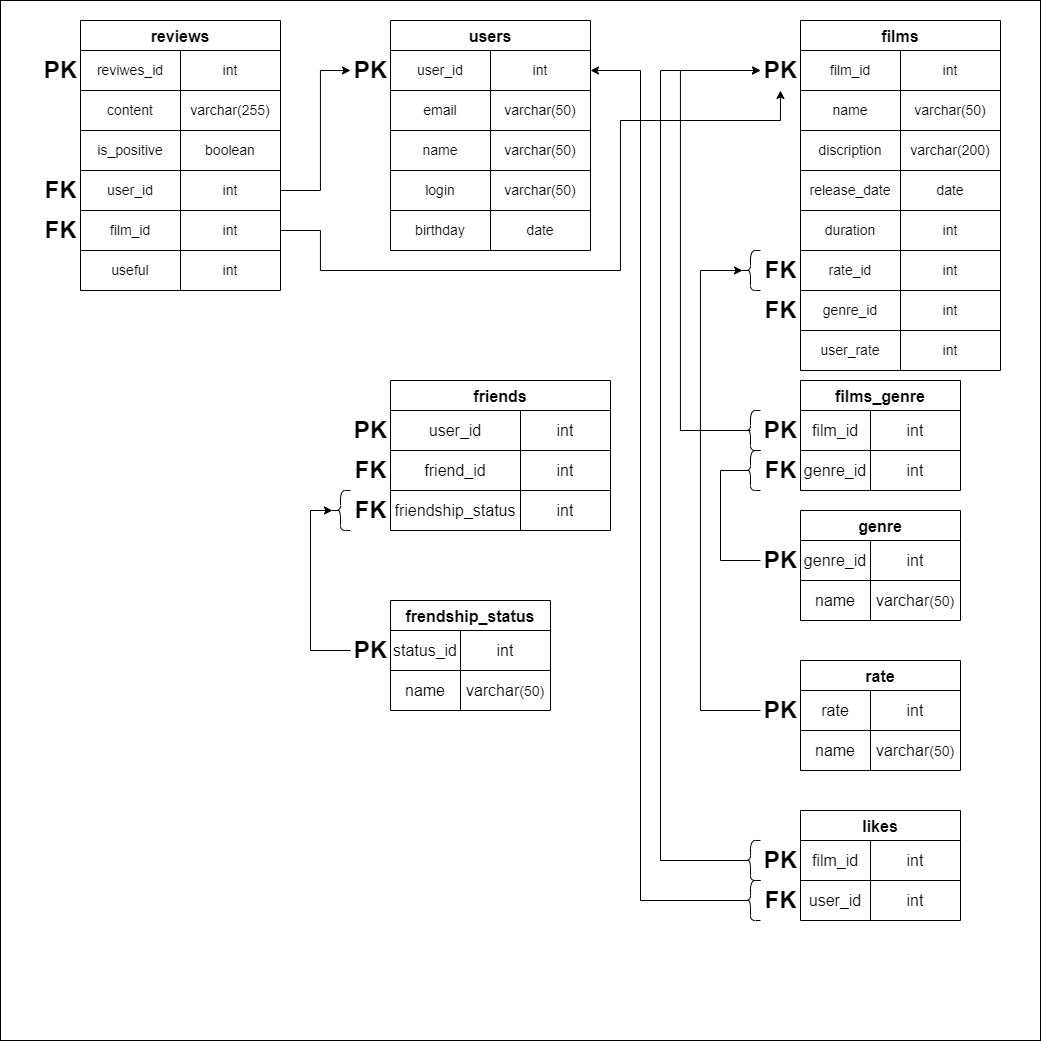
Nexler0/java-filmorate keeps this draw.io diagram as src/BD_scheme.png. Above is the earlier version. Source tidied: cells renumbered, new cells last; positions are measured from the earlier drawing's top-left corner, leaving out a move shared by most shapes.
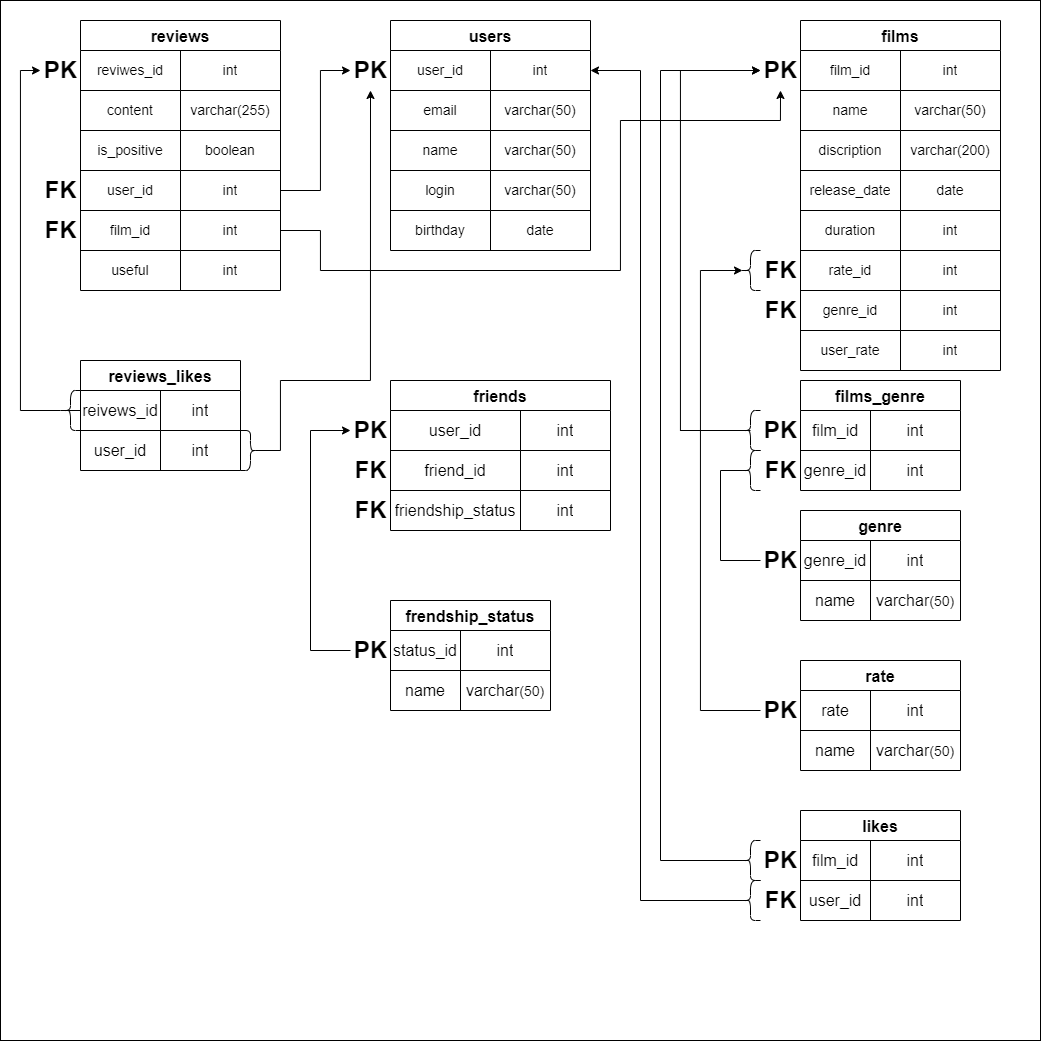
Later version of the same file.

The edit, as a diff of the source:
```diff
@@ -218,7 +218,7 @@
     <mxCell id="73" value="varchar&lt;span style=&quot;font-size: 14px;&quot;&gt;(50)&lt;/span&gt;" style="shape=partialRectangle;html=1;whiteSpace=wrap;fillColor=none;top=0;left=0;bottom=0;right=0;overflow=hidden;fontSize=16;" parent="71" vertex="1">
       <mxGeometry x="70" width="90" height="40" as="geometry" />
     </mxCell>
-    <mxCell id="74" style="edgeStyle=elbowEdgeStyle;rounded=0;jettySize=auto;html=1;exitX=0;exitY=0.5;exitDx=0;exitDy=0;entryX=0.1;entryY=0.5;entryDx=0;entryDy=0;fontSize=16;entryPerimeter=0;" parent="1" edge="1" source="75" target="87">
+    <mxCell id="74" style="edgeStyle=elbowEdgeStyle;rounded=0;jettySize=auto;html=1;exitX=0;exitY=0.5;exitDx=0;exitDy=0;entryX=0;entryY=0.5;entryDx=0;entryDy=0;fontSize=16;" parent="1" edge="1" source="75" target="62">
       <mxGeometry relative="1" as="geometry">
         <Array as="points">
           <mxPoint x="310" y="580" />
@@ -270,9 +270,6 @@
     <mxCell id="86" style="shape=curlyBracket;whiteSpace=wrap;html=1;rounded=1;fontSize=16;" parent="1" vertex="1">
       <mxGeometry x="740" y="840" width="20" height="40" as="geometry" />
     </mxCell>
-    <mxCell id="87" style="shape=curlyBracket;whiteSpace=wrap;html=1;rounded=1;fontSize=16;" parent="1" vertex="1">
-      <mxGeometry x="330" y="490" width="20" height="40" as="geometry" />
-    </mxCell>
     <mxCell id="88" value="FK" style="text;strokeColor=none;fillColor=none;html=1;fontSize=24;fontStyle=1;verticalAlign=middle;align=center;" parent="1" vertex="1">
       <mxGeometry x="760" y="880" width="40" height="40" as="geometry" />
     </mxCell>
@@ -460,5 +457,47 @@
         </Array>
       </mxGeometry>
     </mxCell>
+    <mxCell id="140" value="reviews_likes" style="shape=table;startSize=30;fontStyle=1;align=center;fontSize=16;" parent="1" vertex="1">
+      <mxGeometry x="80" y="360" width="160" height="110" as="geometry" />
+    </mxCell>
+    <mxCell id="141" style="shape=tableRow;horizontal=0;startSize=0;swimlaneHead=0;swimlaneBody=0;top=0;left=0;bottom=0;right=0;fillColor=none;points=[[0,0.5],[1,0.5]];portConstraint=eastwest;fontSize=16;" parent="140" vertex="1">
+      <mxGeometry y="30" width="160" height="40" as="geometry" />
+    </mxCell>
+    <mxCell id="142" value="reivews_id" style="shape=partialRectangle;html=1;whiteSpace=wrap;fillColor=none;top=0;left=0;bottom=0;right=0;overflow=hidden;fontSize=16;" parent="141" vertex="1">
+      <mxGeometry width="80" height="40" as="geometry" />
+    </mxCell>
+    <mxCell id="143" value="int" style="shape=partialRectangle;html=1;whiteSpace=wrap;fillColor=none;top=0;left=0;bottom=0;right=0;overflow=hidden;fontSize=16;" parent="141" vertex="1">
+      <mxGeometry x="80" width="80" height="40" as="geometry" />
+    </mxCell>
+    <mxCell id="144" style="shape=tableRow;horizontal=0;startSize=0;swimlaneHead=0;swimlaneBody=0;top=0;left=0;bottom=0;right=0;fillColor=none;fontSize=16;" parent="140" vertex="1">
+      <mxGeometry y="70" width="160" height="40" as="geometry" />
+    </mxCell>
+    <mxCell id="145" value="user_id" style="shape=partialRectangle;html=1;whiteSpace=wrap;fillColor=none;top=0;left=0;bottom=0;right=0;overflow=hidden;fontSize=16;" parent="144" vertex="1">
+      <mxGeometry width="80" height="40" as="geometry" />
+    </mxCell>
+    <mxCell id="146" value="int" style="shape=partialRectangle;html=1;whiteSpace=wrap;fillColor=none;top=0;left=0;bottom=0;right=0;overflow=hidden;fontSize=16;" parent="144" vertex="1">
+      <mxGeometry x="80" width="80" height="40" as="geometry" />
+    </mxCell>
+    <mxCell id="147" style="edgeStyle=orthogonalEdgeStyle;rounded=0;jettySize=auto;html=1;exitX=0;exitY=0.5;exitDx=0;exitDy=0;entryX=0;entryY=0.5;entryDx=0;entryDy=0;startArrow=none;" parent="1" edge="1" source="87" target="135">
+      <mxGeometry relative="1" as="geometry" />
+    </mxCell>
+    <mxCell id="87" style="shape=curlyBracket;whiteSpace=wrap;html=1;rounded=1;fontSize=16;" parent="1" vertex="1">
+      <mxGeometry x="60" y="390" width="20" height="40" as="geometry" />
+    </mxCell>
+    <mxCell id="148" style="edgeStyle=orthogonalEdgeStyle;rounded=0;jettySize=auto;html=1;exitX=0;exitY=0.5;exitDx=0;exitDy=0;entryX=0;entryY=0.5;entryDx=0;entryDy=0;endArrow=none;" parent="1" edge="1" source="141" target="87">
+      <mxGeometry relative="1" as="geometry" />
+    </mxCell>
+    <mxCell id="149" style="edgeStyle=orthogonalEdgeStyle;rounded=0;jettySize=auto;html=1;exitX=0.1;exitY=0.5;exitDx=0;exitDy=0;exitPerimeter=0;entryX=0.5;entryY=1;entryDx=0;entryDy=0;" parent="1" edge="1" source="150" target="63">
+      <mxGeometry relative="1" as="geometry">
+        <Array as="points">
+          <mxPoint x="280" y="450" />
+          <mxPoint x="280" y="380" />
+          <mxPoint x="370" y="380" />
+        </Array>
+      </mxGeometry>
+    </mxCell>
+    <mxCell id="150" style="shape=curlyBracket;whiteSpace=wrap;html=1;rounded=1;fontSize=16;rotation=-180;" parent="1" vertex="1">
+      <mxGeometry x="240" y="430" width="20" height="40" as="geometry" />
+    </mxCell>
   </root>
 </mxGraphModel>
```
